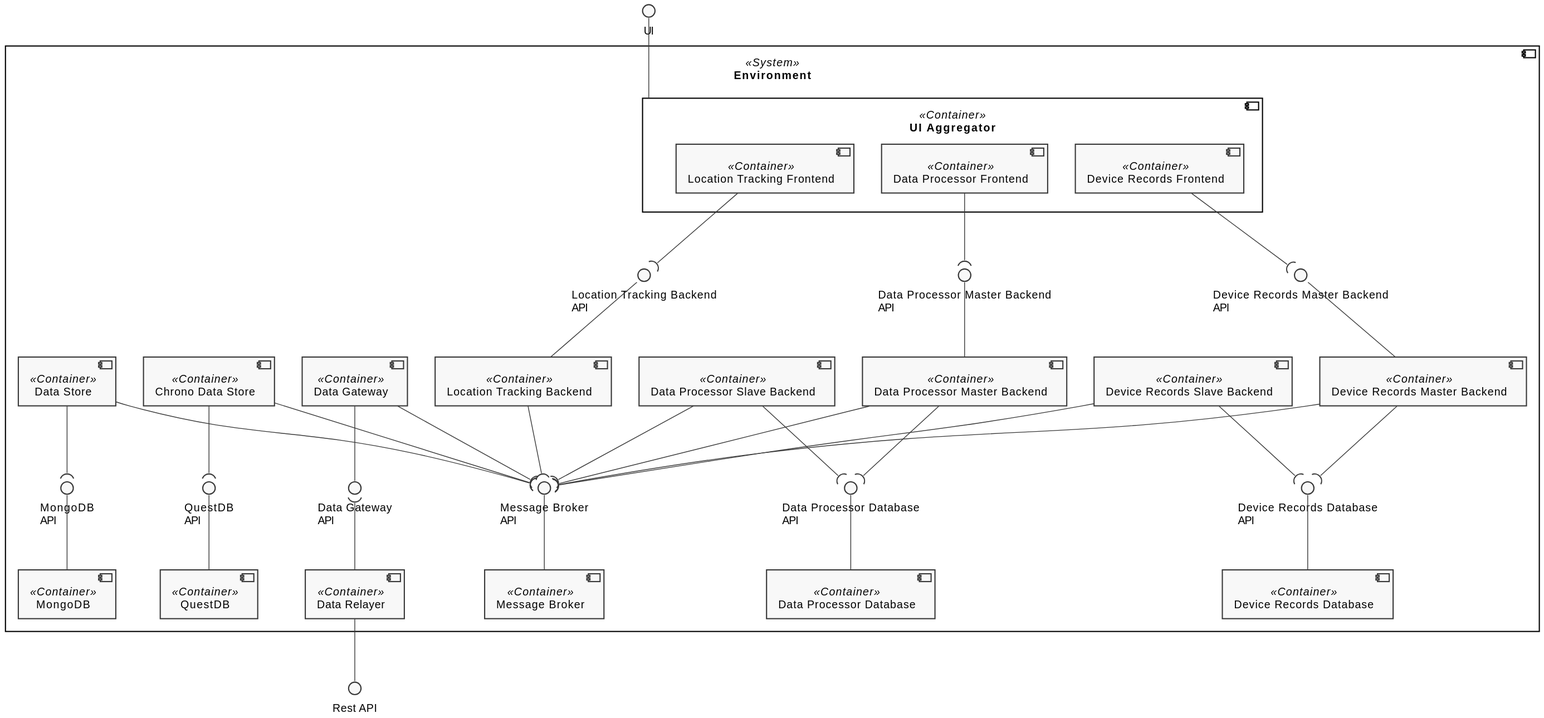
This is docs/diagrams/logical-view-level2.svg from FilipeMCruz/sensae-console, a PlantUML export, as it was before one commit.
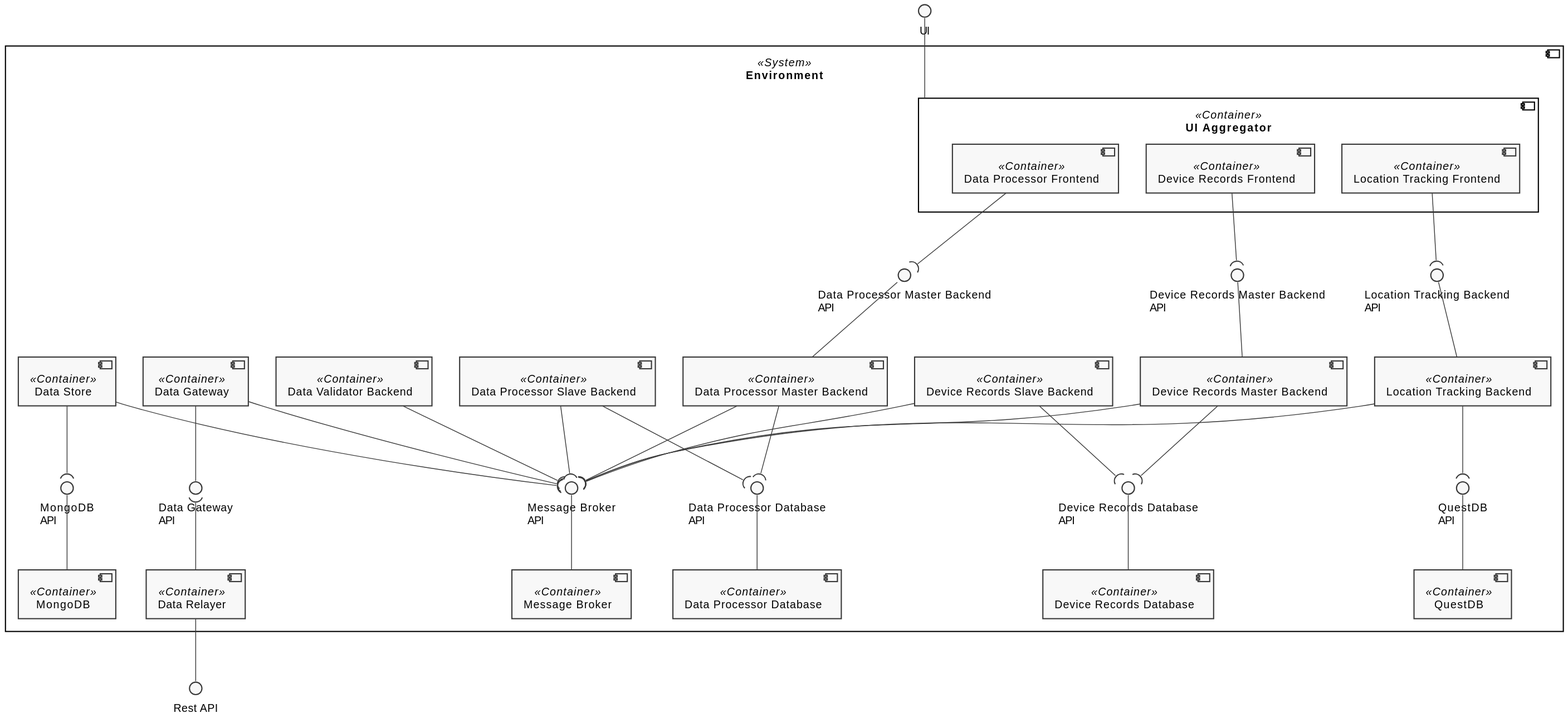
Above is the later version.

Change to the diagram source:
```diff
@@ -24,9 +24,9 @@
     }
     component "Data Processor Slave Backend" as DPSB <<Container>>
     component "Data Processor Master Backend" as DPMB <<Container>>
+    component "Data Validator Backend" as DVB <<Container>>
     component "Device Records Database" as DRDB <<Container>>
     component "Data Processor Database" as DPDB <<Container>>
-    component "Chrono Data Store" as CDS <<Container>>
     component "Data Store" as DS <<Container>>
     component "QuestDB" as QUESTDB <<Container>>
     component "MongoDB" as MONGODB <<Container>>
@@ -41,7 +41,7 @@
     interface "MongoDB\nAPI" as MONGODB_API
     interface "Data Gateway\nAPI" as DDG_API
 
-    CDS --( QUESTDB_API
+    LTB --( QUESTDB_API
     DS --( MONGODB_API
     DDG -- DDG_API
     DPMB_API -- DPMB
@@ -61,7 +61,7 @@
     DPF --( DPMB_API
     DRF --( DRB_API
 
-    CDS --( MB_API
+    DVB --( MB_API
     DS --( MB_API
     LTB --( MB_API
     DRB --( MB_API
```
